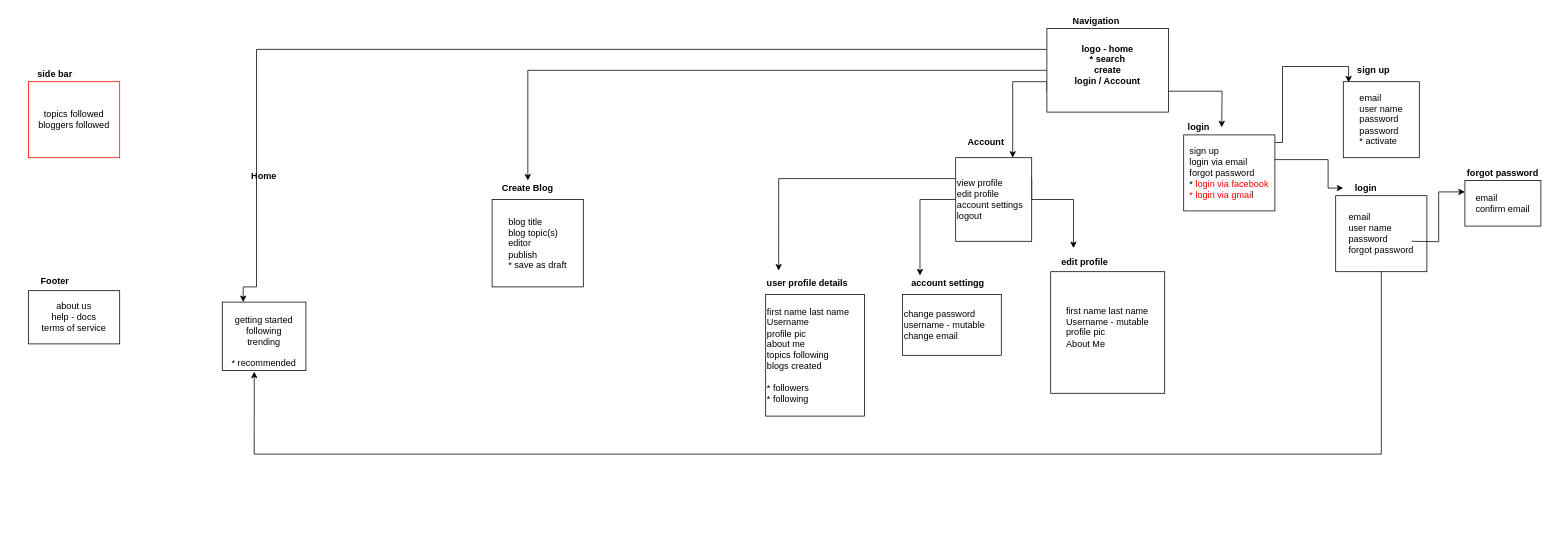
The draw.io diagram doc/first_Diagram.drawio in NikhilistRaj/blog-web-app, before the edit. Source tidied: cells renumbered, new cells numbered last; positions are measured from the earlier drawing's top-left corner, leaving out a move shared by most shapes. Both pictures are drawn from the tidied source at 76%, with x=0, y=0 at pixel (28, 13).
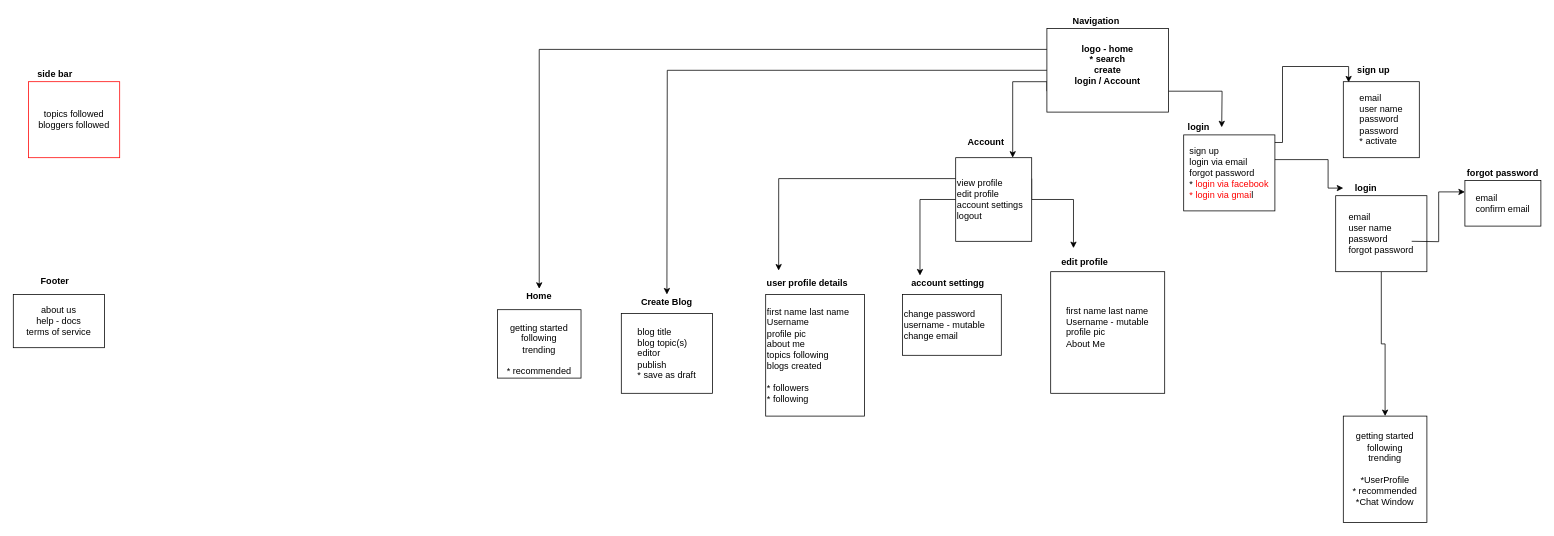
The same diagram, later.

Unchanged cells that the change refers to:
```xml
<mxCell id="6" value="&lt;div&gt;&lt;div&gt;&lt;b&gt;logo - home&lt;br&gt;&lt;/b&gt;&lt;/div&gt;&lt;div&gt;&lt;b&gt;* search&lt;/b&gt;&lt;/div&gt;&lt;/div&gt;&lt;div&gt;&lt;b&gt;create&lt;/b&gt;&lt;/div&gt;&lt;div&gt;&lt;b&gt;login / Account&lt;br&gt;&lt;/b&gt;&lt;/div&gt;&lt;div&gt;&lt;br&gt;&lt;/div&gt;" style="rounded=0;whiteSpace=wrap;html=1;" parent="1" vertex="1">
  <mxGeometry x="1340" y="20" width="160" height="110" as="geometry" />
</mxCell>
<mxCell id="29" value="&lt;div align=&quot;left&quot;&gt;email&lt;/div&gt;&lt;div align=&quot;left&quot;&gt;user name&lt;/div&gt;&lt;div align=&quot;left&quot;&gt;password&lt;/div&gt;&lt;div align=&quot;left&quot;&gt;forgot password&lt;br&gt;&lt;/div&gt;" style="rounded=0;whiteSpace=wrap;html=1;" parent="1" vertex="1">
  <mxGeometry x="1720" y="240" width="120" height="100" as="geometry" />
</mxCell>
```

Change to the diagram source:
```diff
@@
-    <mxCell id="4" style="edgeStyle=orthogonalEdgeStyle;rounded=0;jettySize=auto;html=1;entryX=0.5;entryY=0;entryDx=0;entryDy=0;" parent="1" edge="1" source="6" target="21">
-      <mxGeometry relative="1" as="geometry" />
-    </mxCell>
-    <mxCell id="5" style="edgeStyle=orthogonalEdgeStyle;rounded=0;jettySize=auto;html=1;exitX=0;exitY=0.25;exitDx=0;exitDy=0;entryX=0.25;entryY=0;entryDx=0;entryDy=0;" parent="1" edge="1" source="6" target="23">
-      <mxGeometry relative="1" as="geometry">
-        <Array as="points">
-          <mxPoint x="300" y="48" />
-          <mxPoint x="300" y="360" />
-          <mxPoint x="283" y="360" />
-        </Array>
-      </mxGeometry>
-    </mxCell>
+    <mxCell id="39" style="edgeStyle=orthogonalEdgeStyle;rounded=0;jettySize=auto;html=1;exitX=0;exitY=0.5;exitDx=0;exitDy=0;" parent="1" edge="1" source="6">
+      <mxGeometry relative="1" as="geometry">
+        <mxPoint x="840" y="370" as="targetPoint" />
+      </mxGeometry>
+    </mxCell>
+    <mxCell id="40" style="edgeStyle=orthogonalEdgeStyle;rounded=0;jettySize=auto;html=1;exitX=0;exitY=0.25;exitDx=0;exitDy=0;entryX=0.5;entryY=0;entryDx=0;entryDy=0;" parent="1" edge="1" source="6" target="24">
+      <mxGeometry relative="1" as="geometry" />
+    </mxCell>
@@
     <mxCell id="21" value="&lt;b&gt;Create Blog&lt;br&gt;&lt;/b&gt;" style="text;html=1;strokeColor=none;fillColor=none;align=center;verticalAlign=middle;whiteSpace=wrap;rounded=0;" parent="1" vertex="1">
-      <mxGeometry x="617" y="220" width="80" height="20" as="geometry" />
+      <mxGeometry x="800" y="370" width="80" height="20" as="geometry" />
     </mxCell>
     <mxCell id="22" value="&lt;div align=&quot;left&quot;&gt;blog title&lt;/div&gt;&lt;div align=&quot;left&quot;&gt;blog topic(s)&lt;/div&gt;&lt;div align=&quot;left&quot;&gt;editor&lt;/div&gt;&lt;div align=&quot;left&quot;&gt;publish&lt;br&gt;&lt;/div&gt;&lt;div align=&quot;left&quot;&gt;* save as draft&lt;br&gt;&lt;/div&gt;" style="rounded=0;whiteSpace=wrap;html=1;align=center;" parent="1" vertex="1">
-      <mxGeometry x="610" y="245" width="120" height="115" as="geometry" />
+      <mxGeometry x="780" y="395" width="120" height="105" as="geometry" />
     </mxCell>
     <mxCell id="23" value="&lt;div&gt;&lt;br&gt;&lt;/div&gt;&lt;div&gt;getting started&lt;br&gt;&lt;/div&gt;&lt;div&gt;following&lt;/div&gt;&lt;div&gt;trending&lt;br&gt;&lt;/div&gt;&lt;div&gt;&lt;br&gt;&lt;/div&gt;&lt;div&gt;* recommended&lt;br&gt;&lt;/div&gt;" style="rounded=0;whiteSpace=wrap;html=1;align=center;" parent="1" vertex="1">
-      <mxGeometry x="255" y="380" width="110" height="90" as="geometry" />
+      <mxGeometry x="617" y="390" width="110" height="90" as="geometry" />
     </mxCell>
     <mxCell id="24" value="&lt;b&gt;Home&lt;/b&gt;" style="text;html=1;strokeColor=none;fillColor=none;align=center;verticalAlign=middle;whiteSpace=wrap;rounded=0;" parent="1" vertex="1">
-      <mxGeometry x="290" y="205" width="40" height="20" as="geometry" />
+      <mxGeometry x="652" y="362.5" width="40" height="20" as="geometry" />
     </mxCell>
@@
-    <mxCell id="28" style="edgeStyle=orthogonalEdgeStyle;rounded=0;jettySize=auto;html=1;exitX=0.5;exitY=1;exitDx=0;exitDy=0;entryX=0.382;entryY=1.017;entryDx=0;entryDy=0;entryPerimeter=0;" parent="1" edge="1" source="29" target="23">
-      <mxGeometry relative="1" as="geometry">
-        <Array as="points">
-          <mxPoint x="1780" y="580" />
-          <mxPoint x="297" y="580" />
-        </Array>
-      </mxGeometry>
-    </mxCell>
+    <mxCell id="41" style="edgeStyle=orthogonalEdgeStyle;rounded=0;jettySize=auto;html=1;exitX=0.5;exitY=1;exitDx=0;exitDy=0;entryX=0.5;entryY=0;entryDx=0;entryDy=0;" parent="1" edge="1" source="29" target="42">
+      <mxGeometry relative="1" as="geometry" />
+    </mxCell>
@@
     <mxCell id="35" value="&lt;div&gt;about us&lt;/div&gt;&lt;div&gt;help - docs&lt;br&gt;&lt;/div&gt;&lt;div&gt;terms of service&lt;br&gt;&lt;/div&gt;" style="rounded=0;whiteSpace=wrap;html=1;" parent="1" vertex="1">
-      <mxGeometry y="365" width="120" height="70" as="geometry" />
+      <mxGeometry x="-20" y="370" width="120" height="70" as="geometry" />
     </mxCell>
@@
+    <mxCell id="42" value="&lt;div&gt;&lt;br&gt;&lt;/div&gt;&lt;div&gt;getting started&lt;br&gt;&lt;/div&gt;&lt;div&gt;following&lt;/div&gt;&lt;div&gt;trending&lt;br&gt;&lt;/div&gt;&lt;div&gt;&lt;br&gt;&lt;/div&gt;&lt;div&gt;*UserProfile&lt;/div&gt;&lt;div&gt;* recommended&lt;/div&gt;&lt;div&gt;*Chat Window&lt;/div&gt;&lt;div&gt;&lt;br&gt;&lt;/div&gt;" style="rounded=0;whiteSpace=wrap;html=1;align=center;" parent="1" vertex="1">
+      <mxGeometry x="1730" y="530" width="110" height="140" as="geometry" />
+    </mxCell>
```
